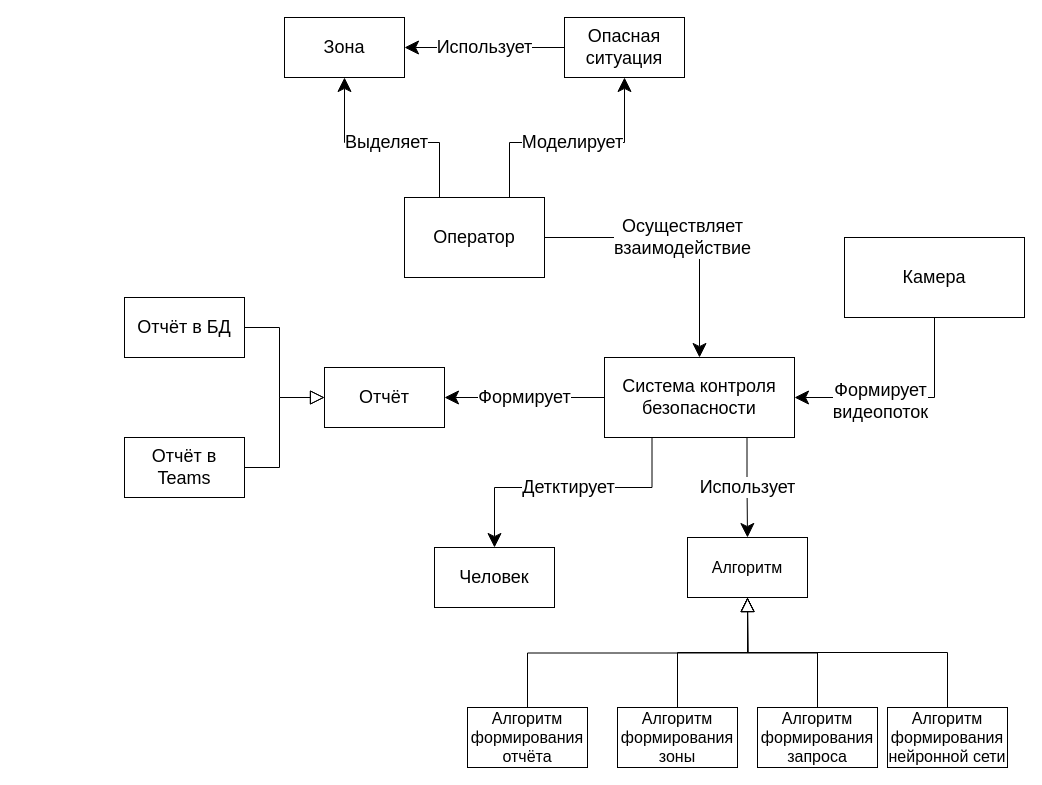
Before: page "Context" (3 of 8) of Main-diagrams.drawio in GoldGreen/Skeletonization, a draw.io diagram. Source tidied: cells renumbered, new cells numbered last; positions are measured from the earlier drawing's top-left corner, leaving out a move shared by most shapes. Both pictures are drawn from the tidied source at 100%, with x=0, y=0 at pixel (124, 17).
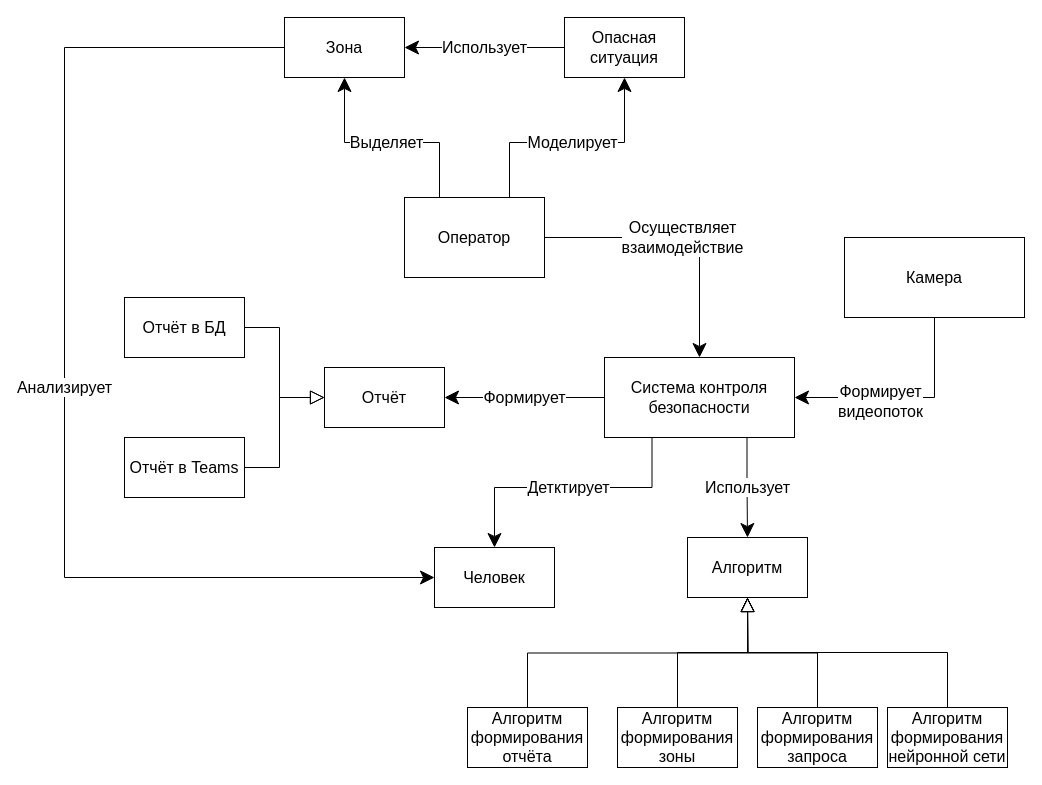
Above is the later version.

Unchanged cells that the change refers to:
```xml
<mxCell id="22" value="Алгоритм" style="rounded=0;whiteSpace=wrap;html=1;fontSize=16;" parent="1" vertex="1">
  <mxGeometry x="563" y="520" width="120" height="60" as="geometry" />
</mxCell>
```

The edit, as a diff of the source:
```diff
@@
-    <mxCell id="2" value="Детктирует" style="edgeStyle=orthogonalEdgeStyle;rounded=0;jettySize=auto;html=1;exitX=0.25;exitY=1;exitDx=0;exitDy=0;fontSize=18;endSize=12;" parent="1" edge="1" source="5" target="16">
+    <mxCell id="2" value="Детктирует" style="edgeStyle=orthogonalEdgeStyle;rounded=0;jettySize=auto;html=1;exitX=0.25;exitY=1;exitDx=0;exitDy=0;fontSize=16;endSize=12;" parent="1" edge="1" source="5" target="16">
       <mxGeometry relative="1" as="geometry" />
     </mxCell>
-    <mxCell id="3" value="Формирует" style="edgeStyle=orthogonalEdgeStyle;rounded=0;jettySize=auto;html=1;exitX=0;exitY=0.5;exitDx=0;exitDy=0;fontSize=18;endSize=12;" parent="1" edge="1" source="5" target="17">
+    <mxCell id="3" value="Формирует" style="edgeStyle=orthogonalEdgeStyle;rounded=0;jettySize=auto;html=1;exitX=0;exitY=0.5;exitDx=0;exitDy=0;fontSize=16;endSize=12;" parent="1" edge="1" source="5" target="17">
       <mxGeometry relative="1" as="geometry" />
     </mxCell>
-    <mxCell id="4" value="Использует" style="edgeStyle=orthogonalEdgeStyle;rounded=0;jettySize=auto;html=1;exitX=0.75;exitY=1;exitDx=0;exitDy=0;entryX=0.5;entryY=0;entryDx=0;entryDy=0;fontSize=18;endArrow=classic;endFill=1;endSize=12;" parent="1" edge="1" source="5" target="22">
+    <mxCell id="4" value="Использует" style="edgeStyle=orthogonalEdgeStyle;rounded=0;jettySize=auto;html=1;exitX=0.75;exitY=1;exitDx=0;exitDy=0;entryX=0.5;entryY=0;entryDx=0;entryDy=0;fontSize=16;endArrow=classic;endFill=1;endSize=12;" parent="1" edge="1" source="5" target="22">
       <mxGeometry relative="1" as="geometry" />
     </mxCell>
-    <mxCell id="5" value="Система контроля безопасности" style="rounded=0;whiteSpace=wrap;html=1;fontSize=18;" parent="1" vertex="1">
+    <mxCell id="5" value="Система контроля безопасности" style="rounded=0;whiteSpace=wrap;html=1;fontSize=16;" parent="1" vertex="1">
       <mxGeometry x="480" y="340" width="190" height="80" as="geometry" />
     </mxCell>
-    <mxCell id="6" value="Осуществляет &lt;br&gt;взаимодействие" style="edgeStyle=orthogonalEdgeStyle;rounded=0;jettySize=auto;html=1;exitX=1;exitY=0.5;exitDx=0;exitDy=0;entryX=0.5;entryY=0;entryDx=0;entryDy=0;fontSize=18;endSize=12;" parent="1" edge="1" source="9" target="5">
+    <mxCell id="6" value="Осуществляет &lt;br style=&quot;font-size: 16px;&quot;&gt;взаимодействие" style="edgeStyle=orthogonalEdgeStyle;rounded=0;jettySize=auto;html=1;exitX=1;exitY=0.5;exitDx=0;exitDy=0;entryX=0.5;entryY=0;entryDx=0;entryDy=0;fontSize=16;endSize=12;" parent="1" edge="1" source="9" target="5">
       <mxGeometry relative="1" as="geometry" />
     </mxCell>
-    <mxCell id="7" value="Моделирует" style="edgeStyle=orthogonalEdgeStyle;rounded=0;jettySize=auto;html=1;exitX=0.75;exitY=0;exitDx=0;exitDy=0;fontSize=18;endSize=12;" parent="1" edge="1" source="9" target="11">
+    <mxCell id="7" value="Моделирует" style="edgeStyle=orthogonalEdgeStyle;rounded=0;jettySize=auto;html=1;exitX=0.75;exitY=0;exitDx=0;exitDy=0;fontSize=16;endSize=12;" parent="1" edge="1" source="9" target="11">
       <mxGeometry relative="1" as="geometry" />
     </mxCell>
-    <mxCell id="8" value="Выделяет" style="edgeStyle=orthogonalEdgeStyle;rounded=0;jettySize=auto;html=1;exitX=0.25;exitY=0;exitDx=0;exitDy=0;fontSize=18;endSize=12;" parent="1" edge="1" source="9" target="12">
+    <mxCell id="8" value="Выделяет" style="edgeStyle=orthogonalEdgeStyle;rounded=0;jettySize=auto;html=1;exitX=0.25;exitY=0;exitDx=0;exitDy=0;fontSize=16;endSize=12;" parent="1" edge="1" source="9" target="12">
       <mxGeometry relative="1" as="geometry" />
     </mxCell>
-    <mxCell id="9" value="Оператор" style="rounded=0;whiteSpace=wrap;html=1;fontSize=18;" parent="1" vertex="1">
+    <mxCell id="9" value="Оператор" style="rounded=0;whiteSpace=wrap;html=1;fontSize=16;" parent="1" vertex="1">
       <mxGeometry x="280" y="180" width="140" height="80" as="geometry" />
     </mxCell>
-    <mxCell id="10" value="Использует" style="edgeStyle=orthogonalEdgeStyle;rounded=0;jettySize=auto;html=1;exitX=0;exitY=0.5;exitDx=0;exitDy=0;entryX=1;entryY=0.5;entryDx=0;entryDy=0;fontSize=18;endSize=12;" parent="1" edge="1" source="11" target="12">
+    <mxCell id="10" value="Использует" style="edgeStyle=orthogonalEdgeStyle;rounded=0;jettySize=auto;html=1;exitX=0;exitY=0.5;exitDx=0;exitDy=0;entryX=1;entryY=0.5;entryDx=0;entryDy=0;fontSize=16;endSize=12;" parent="1" edge="1" source="11" target="12">
       <mxGeometry relative="1" as="geometry" />
     </mxCell>
-    <mxCell id="11" value="Опасная ситуация" style="rounded=0;whiteSpace=wrap;html=1;fontSize=18;" parent="1" vertex="1">
+    <mxCell id="11" value="Опасная ситуация" style="rounded=0;whiteSpace=wrap;html=1;fontSize=16;" parent="1" vertex="1">
       <mxGeometry x="440" width="120" height="60" as="geometry" />
     </mxCell>
+    <mxCell id="31" value="Анализирует" style="edgeStyle=orthogonalEdgeStyle;rounded=0;jettySize=auto;html=1;exitX=0;exitY=0.5;exitDx=0;exitDy=0;entryX=0;entryY=0.5;entryDx=0;entryDy=0;startSize=6;endSize=12;fontSize=16;" parent="1" edge="1" source="12" target="16">
+      <mxGeometry relative="1" as="geometry">
+        <Array as="points">
+          <mxPoint x="-60" y="30" />
+          <mxPoint x="-60" y="560" />
+        </Array>
+      </mxGeometry>
+    </mxCell>
-    <mxCell id="12" value="Зона" style="rounded=0;whiteSpace=wrap;html=1;fontSize=18;" parent="1" vertex="1">
+    <mxCell id="12" value="Зона" style="rounded=0;whiteSpace=wrap;html=1;fontSize=16;" parent="1" vertex="1">
       <mxGeometry x="160" width="120" height="60" as="geometry" />
     </mxCell>
-    <mxCell id="13" style="edgeStyle=orthogonalEdgeStyle;rounded=0;jettySize=auto;html=1;exitX=0.5;exitY=1;exitDx=0;exitDy=0;entryX=1;entryY=0.5;entryDx=0;entryDy=0;fontSize=18;endSize=12;" parent="1" edge="1" source="15" target="5">
+    <mxCell id="13" style="edgeStyle=orthogonalEdgeStyle;rounded=0;jettySize=auto;html=1;exitX=0.5;exitY=1;exitDx=0;exitDy=0;entryX=1;entryY=0.5;entryDx=0;entryDy=0;fontSize=16;endSize=12;" parent="1" edge="1" source="15" target="5">
       <mxGeometry relative="1" as="geometry" />
     </mxCell>
-    <mxCell id="14" value="Формирует &lt;br&gt;видеопоток" style="edgeLabel;html=1;align=center;verticalAlign=middle;fontSize=18;" parent="13" vertex="1">
+    <mxCell id="14" value="Формирует &lt;br style=&quot;font-size: 16px;&quot;&gt;видеопоток" style="edgeLabel;html=1;align=center;verticalAlign=middle;fontSize=16;" parent="13" vertex="1">
       <mxGeometry x="0.23" y="3" relative="1" as="geometry" />
     </mxCell>
-    <mxCell id="15" value="Камера" style="rounded=0;whiteSpace=wrap;html=1;fontSize=18;" parent="1" vertex="1">
+    <mxCell id="15" value="Камера" style="rounded=0;whiteSpace=wrap;html=1;fontSize=16;" parent="1" vertex="1">
       <mxGeometry x="720" y="220" width="180" height="80" as="geometry" />
     </mxCell>
-    <mxCell id="16" value="Человек" style="rounded=0;whiteSpace=wrap;html=1;fontSize=18;" parent="1" vertex="1">
+    <mxCell id="16" value="Человек" style="rounded=0;whiteSpace=wrap;html=1;fontSize=16;" parent="1" vertex="1">
       <mxGeometry x="310" y="530" width="120" height="60" as="geometry" />
     </mxCell>
-    <mxCell id="17" value="Отчёт" style="rounded=0;whiteSpace=wrap;html=1;fontSize=18;" parent="1" vertex="1">
+    <mxCell id="17" value="Отчёт" style="rounded=0;whiteSpace=wrap;html=1;fontSize=16;" parent="1" vertex="1">
       <mxGeometry x="200" y="350" width="120" height="60" as="geometry" />
     </mxCell>
-    <mxCell id="18" style="edgeStyle=orthogonalEdgeStyle;rounded=0;jettySize=auto;html=1;exitX=1;exitY=0.5;exitDx=0;exitDy=0;entryX=0;entryY=0.5;entryDx=0;entryDy=0;fontSize=18;endSize=12;endArrow=block;endFill=0;" parent="1" edge="1" source="19" target="17">
+    <mxCell id="18" style="edgeStyle=orthogonalEdgeStyle;rounded=0;jettySize=auto;html=1;exitX=1;exitY=0.5;exitDx=0;exitDy=0;entryX=0;entryY=0.5;entryDx=0;entryDy=0;fontSize=16;endSize=12;endArrow=block;endFill=0;" parent="1" edge="1" source="19" target="17">
       <mxGeometry relative="1" as="geometry" />
     </mxCell>
-    <mxCell id="19" value="Отчёт в БД" style="rounded=0;whiteSpace=wrap;html=1;fontSize=18;" parent="1" vertex="1">
+    <mxCell id="19" value="Отчёт в БД" style="rounded=0;whiteSpace=wrap;html=1;fontSize=16;" parent="1" vertex="1">
       <mxGeometry y="280" width="120" height="60" as="geometry" />
     </mxCell>
-    <mxCell id="20" style="edgeStyle=orthogonalEdgeStyle;rounded=0;jettySize=auto;html=1;exitX=1;exitY=0.5;exitDx=0;exitDy=0;entryX=0;entryY=0.5;entryDx=0;entryDy=0;fontSize=18;endArrow=block;endFill=0;endSize=12;" parent="1" edge="1" source="21" target="17">
+    <mxCell id="20" style="edgeStyle=orthogonalEdgeStyle;rounded=0;jettySize=auto;html=1;exitX=1;exitY=0.5;exitDx=0;exitDy=0;entryX=0;entryY=0.5;entryDx=0;entryDy=0;fontSize=16;endArrow=block;endFill=0;endSize=12;" parent="1" edge="1" source="21" target="17">
       <mxGeometry relative="1" as="geometry" />
     </mxCell>
-    <mxCell id="21" value="Отчёт в Teams" style="rounded=0;whiteSpace=wrap;html=1;fontSize=18;" parent="1" vertex="1">
+    <mxCell id="21" value="Отчёт в Teams" style="rounded=0;whiteSpace=wrap;html=1;fontSize=16;" parent="1" vertex="1">
       <mxGeometry y="420" width="120" height="60" as="geometry" />
     </mxCell>
```
